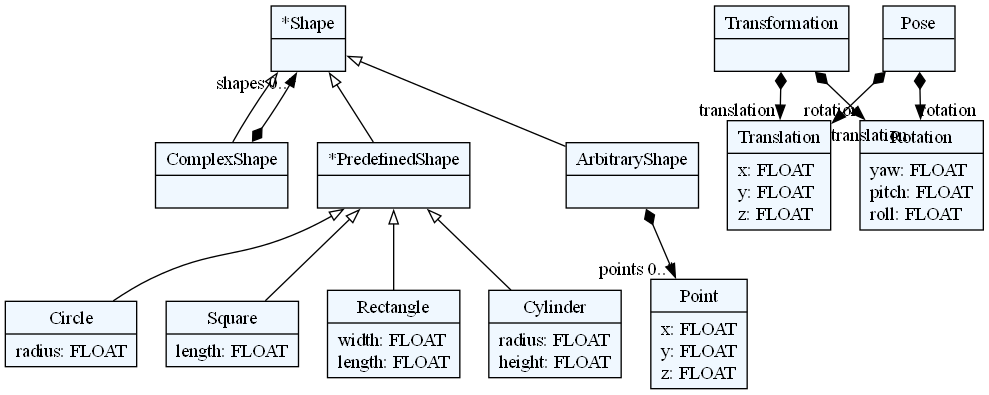
balojohn/thesis keeps this Graphviz diagram as omnisim/grammar/geometry.dot.png. Above is the earlier version. Its source is kept beside it as omnisim/grammar/geometry.dot. Its diagram source:
```dot
    digraph textX {
    fontname = "Bitstream Vera Sans"
    fontsize = 8
    node[
        shape=record,
        style=filled,
        fillcolor=aliceblue
    ]
    nodesep = 0.3
    edge[dir=black,arrowtail=empty]


2583892562368[ label="{Point|x: FLOAT\ly: FLOAT\lz: FLOAT\l}"]

2583892564672[ label="{Translation|x: FLOAT\ly: FLOAT\lz: FLOAT\l}"]

2583892342928[ label="{Rotation|yaw: FLOAT\lpitch: FLOAT\lroll: FLOAT\l}"]

2583892335488[ label="{Transformation|}"]

2583892344704[ label="{Pose|}"]

2583892339760[ label="{*Shape|}"]

2583892344272[ label="{ComplexShape|}"]

2583892341728[ label="{*PredefinedShape|}"]

2583892341248[ label="{Circle|radius: FLOAT\l}"]

2583892340144[ label="{Square|length: FLOAT\l}"]

2583892341392[ label="{Rectangle|width: FLOAT\llength: FLOAT\l}"]

2583892334864[ label="{Cylinder|radius: FLOAT\lheight: FLOAT\l}"]

2583892343216[ label="{ArbitraryShape|}"]



2583892335488 -> 2583892564672[arrowtail=diamond, dir=both, headlabel="translation "]
2583892335488 -> 2583892342928[arrowtail=diamond, dir=both, headlabel="rotation "]
2583892344704 -> 2583892564672[arrowtail=diamond, dir=both, headlabel="translation "]
2583892344704 -> 2583892342928[arrowtail=diamond, dir=both, headlabel="rotation "]
2583892339760 -> 2583892341728 [dir=back]
2583892339760 -> 2583892343216 [dir=back]
2583892339760 -> 2583892344272 [dir=back]
2583892344272 -> 2583892339760[arrowtail=diamond, dir=both, headlabel="shapes 0..*"]
2583892341728 -> 2583892341248 [dir=back]
2583892341728 -> 2583892340144 [dir=back]
2583892341728 -> 2583892341392 [dir=back]
2583892341728 -> 2583892334864 [dir=back]
2583892343216 -> 2583892562368[arrowtail=diamond, dir=both, headlabel="points 0..*"]

}
```
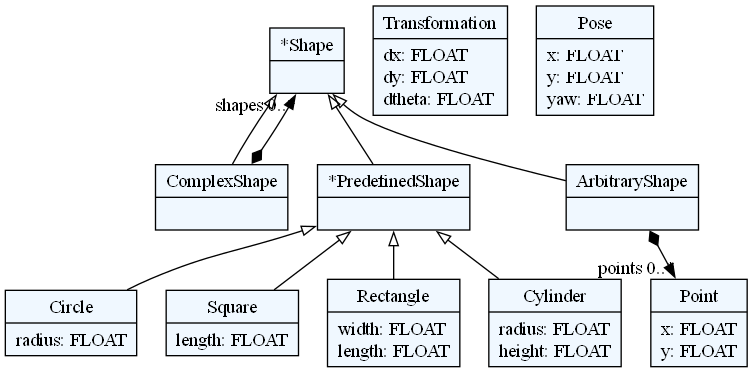
The same diagram one commit later.

Diff of the diagram source:
```diff
@@ -10,46 +10,38 @@
     edge[dir=black,arrowtail=empty]
 
 
-2583892562368[ label="{Point|x: FLOAT\ly: FLOAT\lz: FLOAT\l}"]
+2186026627584[ label="{Point|x: FLOAT\ly: FLOAT\l}"]
 
-2583892564672[ label="{Translation|x: FLOAT\ly: FLOAT\lz: FLOAT\l}"]
+2186026625040[ label="{Transformation|dx: FLOAT\ldy: FLOAT\ldtheta: FLOAT\l}"]
 
-2583892342928[ label="{Rotation|yaw: FLOAT\lpitch: FLOAT\lroll: FLOAT\l}"]
+2186026626720[ label="{Pose|x: FLOAT\ly: FLOAT\lyaw: FLOAT\l}"]
 
-2583892335488[ label="{Transformation|}"]
+2186026627776[ label="{*Shape|}"]
 
-2583892344704[ label="{Pose|}"]
+2186026626816[ label="{ComplexShape|}"]
 
-2583892339760[ label="{*Shape|}"]
+2186026628208[ label="{*PredefinedShape|}"]
 
-2583892344272[ label="{ComplexShape|}"]
+2186026828912[ label="{Circle|radius: FLOAT\l}"]
 
-2583892341728[ label="{*PredefinedShape|}"]
+2186026838752[ label="{Square|length: FLOAT\l}"]
 
-2583892341248[ label="{Circle|radius: FLOAT\l}"]
+2186026838656[ label="{Rectangle|width: FLOAT\llength: FLOAT\l}"]
 
-2583892340144[ label="{Square|length: FLOAT\l}"]
+2186026838704[ label="{Cylinder|radius: FLOAT\lheight: FLOAT\l}"]
 
-2583892341392[ label="{Rectangle|width: FLOAT\llength: FLOAT\l}"]
-
-2583892334864[ label="{Cylinder|radius: FLOAT\lheight: FLOAT\l}"]
-
-2583892343216[ label="{ArbitraryShape|}"]
+2186026831792[ label="{ArbitraryShape|}"]
 
 
 
-2583892335488 -> 2583892564672[arrowtail=diamond, dir=both, headlabel="translation "]
-2583892335488 -> 2583892342928[arrowtail=diamond, dir=both, headlabel="rotation "]
-2583892344704 -> 2583892564672[arrowtail=diamond, dir=both, headlabel="translation "]
-2583892344704 -> 2583892342928[arrowtail=diamond, dir=both, headlabel="rotation "]
-2583892339760 -> 2583892341728 [dir=back]
-2583892339760 -> 2583892343216 [dir=back]
-2583892339760 -> 2583892344272 [dir=back]
-2583892344272 -> 2583892339760[arrowtail=diamond, dir=both, headlabel="shapes 0..*"]
-2583892341728 -> 2583892341248 [dir=back]
-2583892341728 -> 2583892340144 [dir=back]
-2583892341728 -> 2583892341392 [dir=back]
-2583892341728 -> 2583892334864 [dir=back]
-2583892343216 -> 2583892562368[arrowtail=diamond, dir=both, headlabel="points 0..*"]
+2186026627776 -> 2186026628208 [dir=back]
+2186026627776 -> 2186026831792 [dir=back]
+2186026627776 -> 2186026626816 [dir=back]
+2186026626816 -> 2186026627776[arrowtail=diamond, dir=both, headlabel="shapes 0..*"]
+2186026628208 -> 2186026828912 [dir=back]
+2186026628208 -> 2186026838752 [dir=back]
+2186026628208 -> 2186026838656 [dir=back]
+2186026628208 -> 2186026838704 [dir=back]
+2186026831792 -> 2186026627584[arrowtail=diamond, dir=both, headlabel="points 0..*"]
 
 }
```
